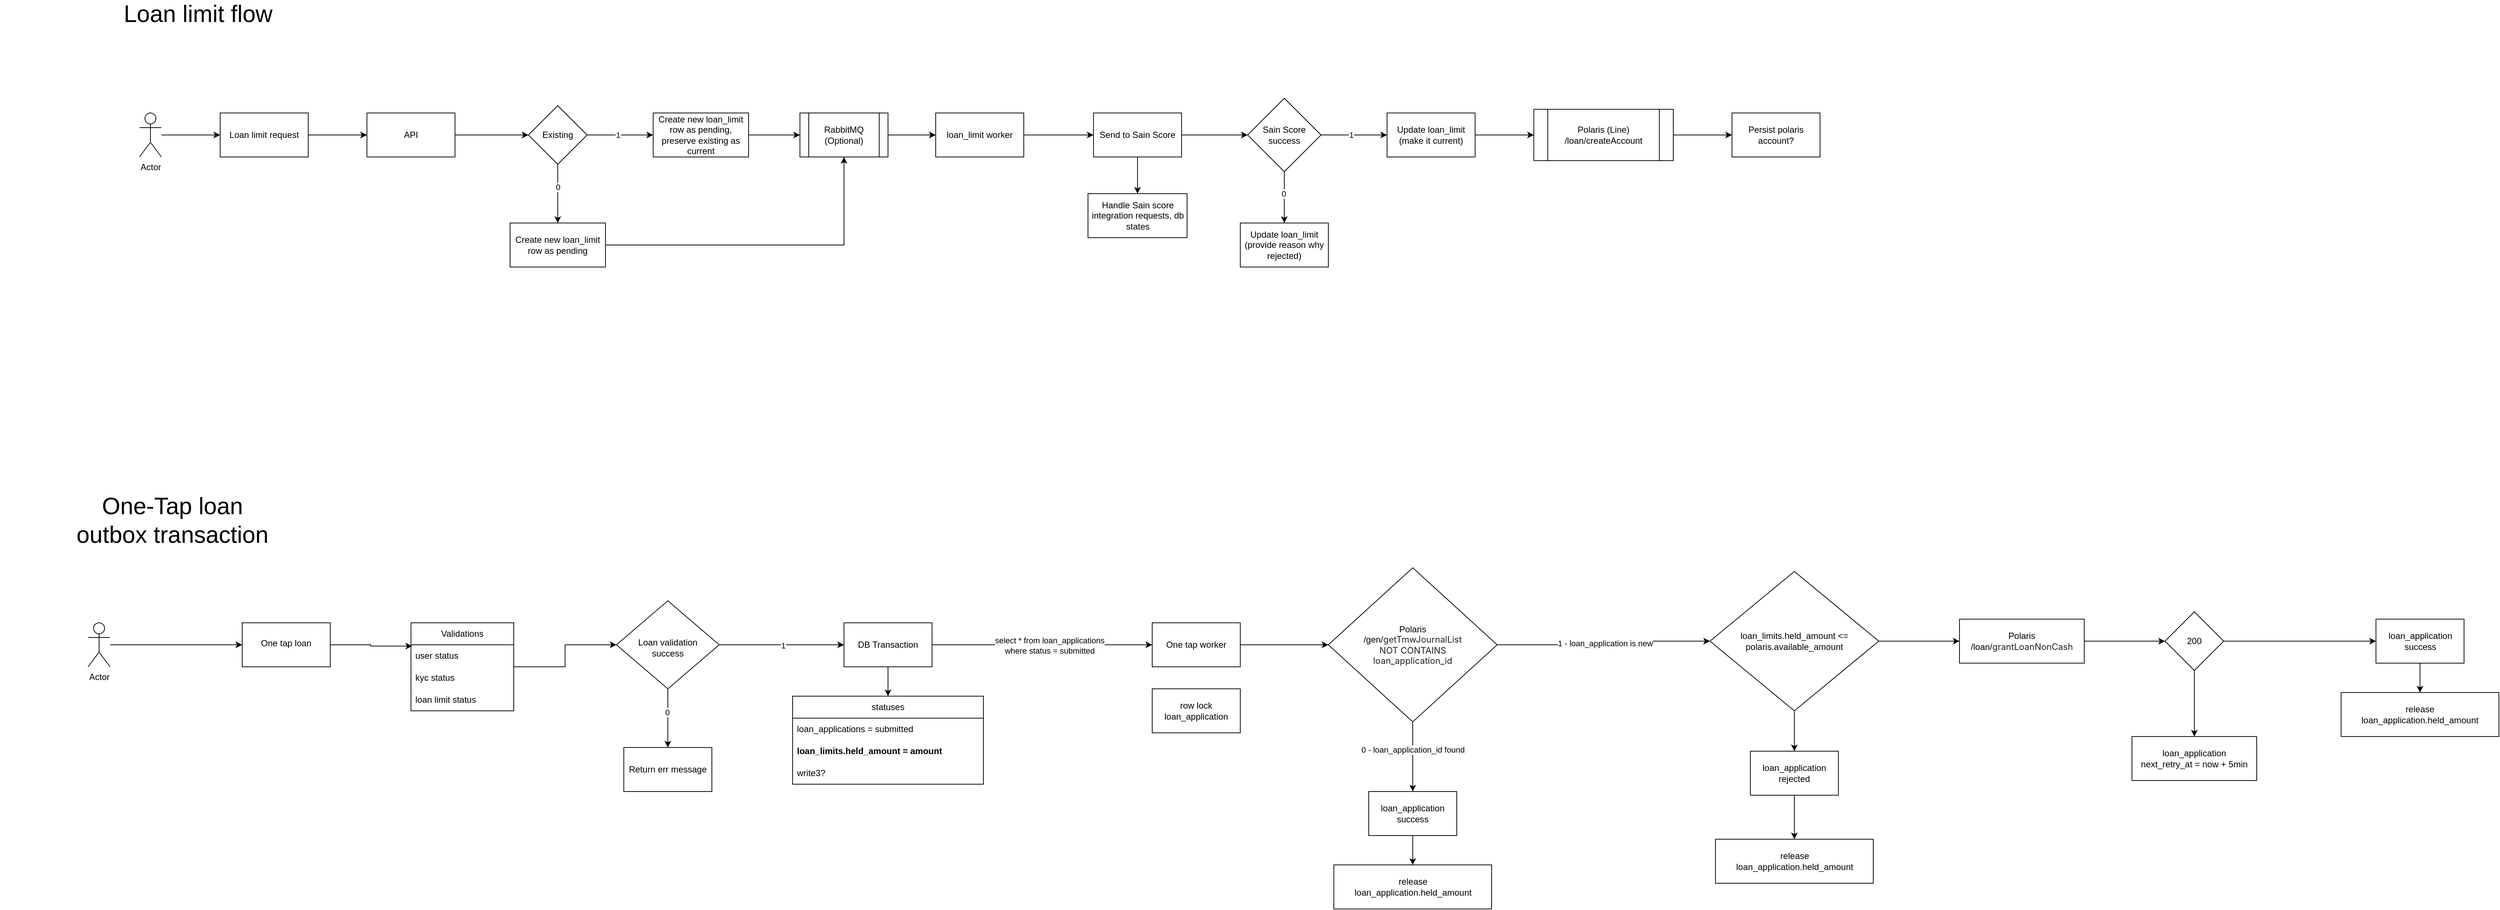
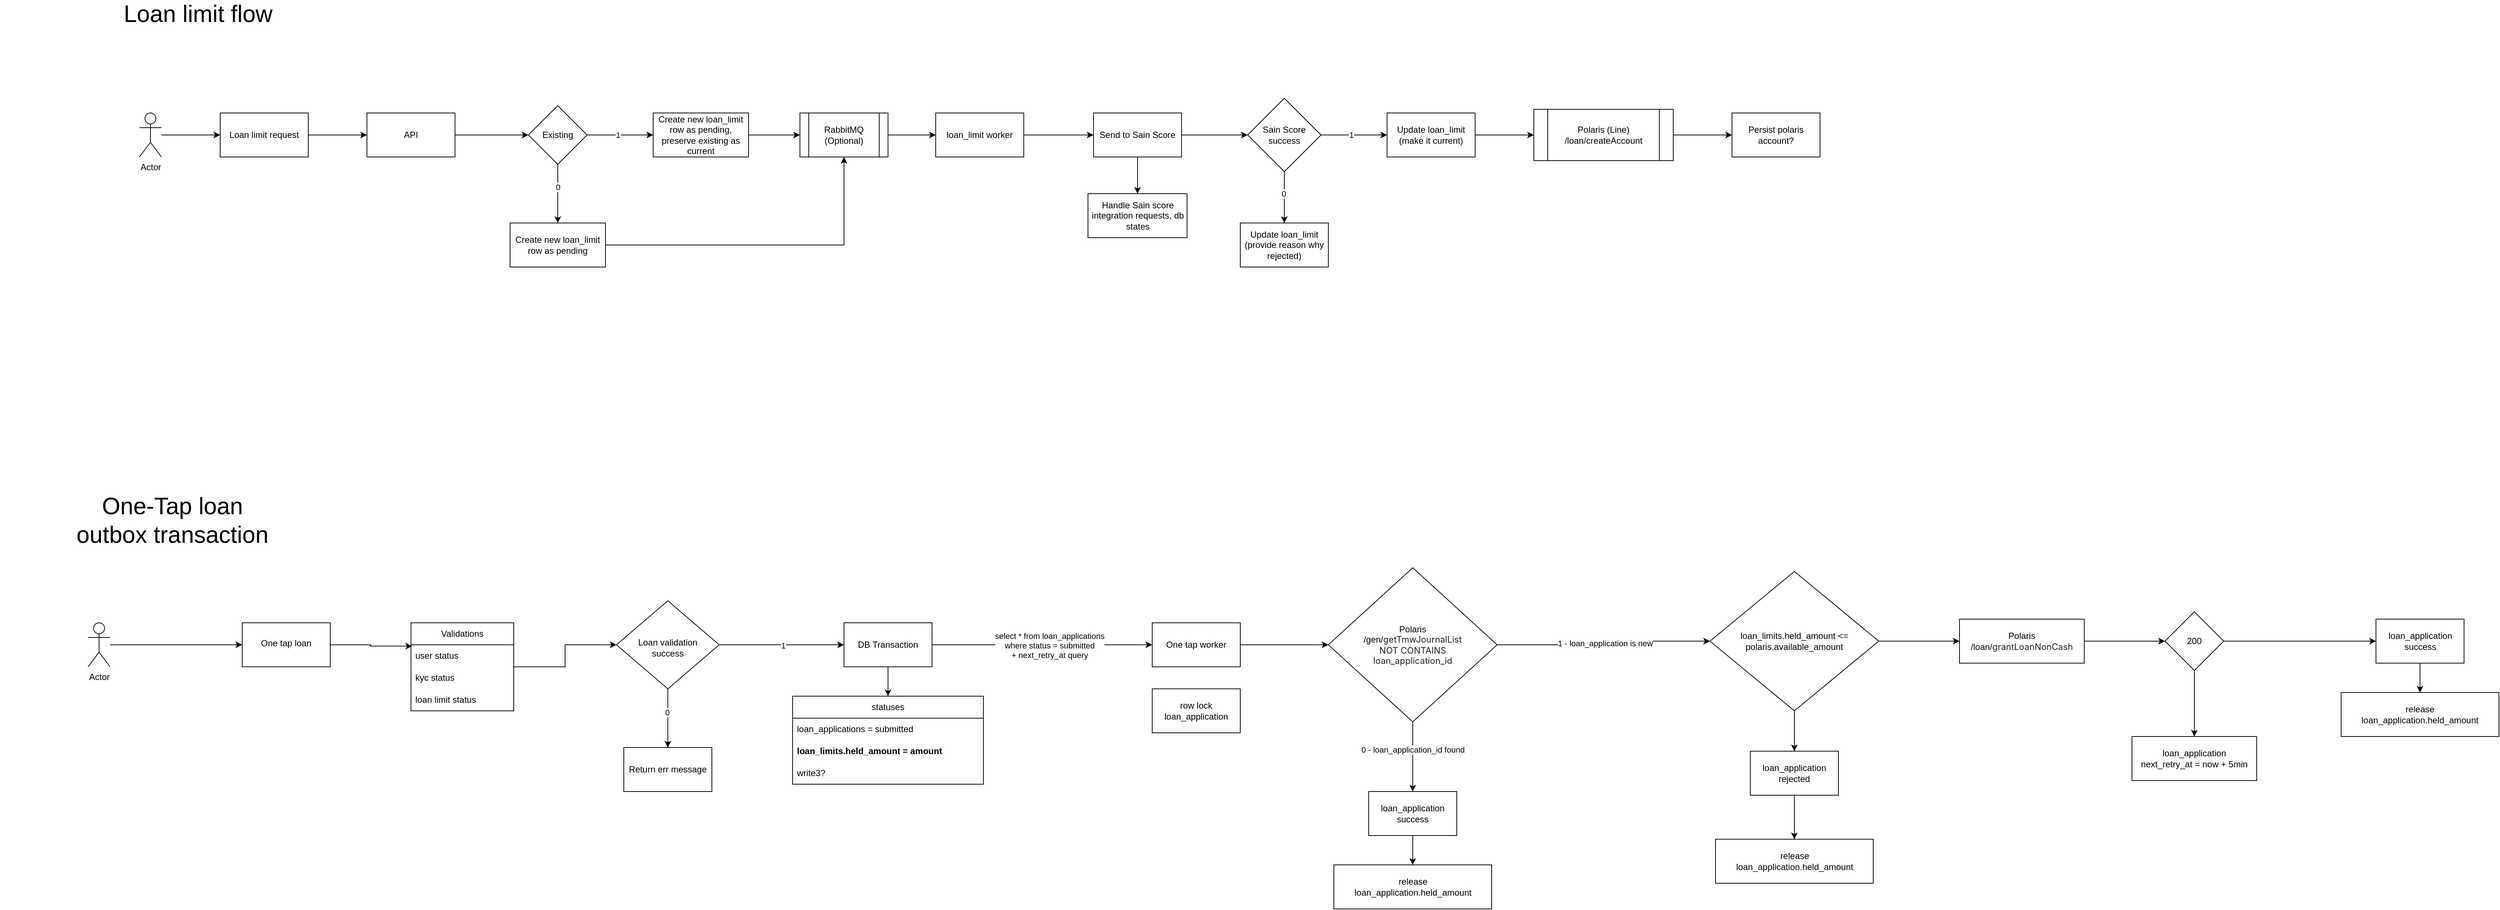
<mxfile host="app.diagrams.net">
  <diagram name="Page-1" id="VCBSuIh8bz7kurrQ0Zaz">
-     <mxGraphModel dx="2910" dy="1205" grid="1" gridSize="10" guides="1" tooltips="1" connect="1" arrows="1" fold="1" page="1" pageScale="1" pageWidth="850" pageHeight="1100" math="0" shadow="0">
+     <mxGraphModel dx="2014" dy="681" grid="1" gridSize="10" guides="1" tooltips="1" connect="1" arrows="1" fold="1" page="1" pageScale="1" pageWidth="850" pageHeight="1100" math="0" shadow="0">
      <root>
        <mxCell id="0" />
        <mxCell id="1" parent="0" />
        <mxCell id="KqixbsF9o6dLofBvsG9t-5" edge="1" parent="1" source="KqixbsF9o6dLofBvsG9t-1" style="edgeStyle=orthogonalEdgeStyle;rounded=0;orthogonalLoop=1;jettySize=auto;html=1;" target="KqixbsF9o6dLofBvsG9t-4" value="">
          <mxGeometry relative="1" as="geometry" />
        </mxCell>
        <mxCell id="KqixbsF9o6dLofBvsG9t-1" parent="1" style="rounded=0;whiteSpace=wrap;html=1;" value="Loan limit request" vertex="1">
          <mxGeometry height="60" width="120" x="150" y="210" as="geometry" />
        </mxCell>
        <mxCell id="KqixbsF9o6dLofBvsG9t-3" edge="1" parent="1" source="KqixbsF9o6dLofBvsG9t-2" style="edgeStyle=orthogonalEdgeStyle;rounded=0;orthogonalLoop=1;jettySize=auto;html=1;" target="KqixbsF9o6dLofBvsG9t-1" value="">
          <mxGeometry relative="1" as="geometry" />
        </mxCell>
        <mxCell id="KqixbsF9o6dLofBvsG9t-2" parent="1" style="shape=umlActor;verticalLabelPosition=bottom;verticalAlign=top;html=1;outlineConnect=0;" value="Actor" vertex="1">
          <mxGeometry height="60" width="30" x="40" y="210" as="geometry" />
        </mxCell>
        <mxCell id="KqixbsF9o6dLofBvsG9t-9" edge="1" parent="1" source="KqixbsF9o6dLofBvsG9t-4" style="edgeStyle=orthogonalEdgeStyle;rounded=0;orthogonalLoop=1;jettySize=auto;html=1;" target="KqixbsF9o6dLofBvsG9t-8" value="">
          <mxGeometry relative="1" as="geometry" />
        </mxCell>
        <mxCell id="KqixbsF9o6dLofBvsG9t-4" parent="1" style="rounded=0;whiteSpace=wrap;html=1;" value="API" vertex="1">
          <mxGeometry height="60" width="120" x="350" y="210" as="geometry" />
        </mxCell>
        <mxCell id="KqixbsF9o6dLofBvsG9t-11" edge="1" parent="1" source="KqixbsF9o6dLofBvsG9t-8" style="edgeStyle=orthogonalEdgeStyle;rounded=0;orthogonalLoop=1;jettySize=auto;html=1;" target="KqixbsF9o6dLofBvsG9t-10" value="">
          <mxGeometry relative="1" as="geometry" />
        </mxCell>
        <mxCell id="KqixbsF9o6dLofBvsG9t-12" connectable="0" parent="KqixbsF9o6dLofBvsG9t-11" style="edgeLabel;html=1;align=center;verticalAlign=middle;resizable=0;points=[];" value="1" vertex="1">
          <mxGeometry relative="1" x="-0.079" as="geometry">
            <mxPoint as="offset" />
          </mxGeometry>
        </mxCell>
        <mxCell id="KqixbsF9o6dLofBvsG9t-14" edge="1" parent="1" source="KqixbsF9o6dLofBvsG9t-8" style="edgeStyle=orthogonalEdgeStyle;rounded=0;orthogonalLoop=1;jettySize=auto;html=1;" target="KqixbsF9o6dLofBvsG9t-13" value="">
          <mxGeometry relative="1" as="geometry" />
        </mxCell>
        <mxCell id="KqixbsF9o6dLofBvsG9t-15" connectable="0" parent="KqixbsF9o6dLofBvsG9t-14" style="edgeLabel;html=1;align=center;verticalAlign=middle;resizable=0;points=[];" value="0" vertex="1">
          <mxGeometry relative="1" x="-0.2407" as="geometry">
            <mxPoint as="offset" />
          </mxGeometry>
        </mxCell>
        <mxCell id="KqixbsF9o6dLofBvsG9t-8" parent="1" style="rhombus;whiteSpace=wrap;html=1;rounded=0;" value="Existing" vertex="1">
          <mxGeometry height="80" width="80" x="570" y="200" as="geometry" />
        </mxCell>
        <mxCell id="KqixbsF9o6dLofBvsG9t-23" edge="1" parent="1" source="KqixbsF9o6dLofBvsG9t-10" style="edgeStyle=orthogonalEdgeStyle;rounded=0;orthogonalLoop=1;jettySize=auto;html=1;" target="KqixbsF9o6dLofBvsG9t-22" value="">
          <mxGeometry relative="1" as="geometry" />
        </mxCell>
        <mxCell id="KqixbsF9o6dLofBvsG9t-10" parent="1" style="whiteSpace=wrap;html=1;rounded=0;" value="Create new loan_limit row as pending, preserve existing as current" vertex="1">
          <mxGeometry height="60" width="130" x="740" y="210" as="geometry" />
        </mxCell>
        <mxCell id="KqixbsF9o6dLofBvsG9t-26" edge="1" parent="1" source="KqixbsF9o6dLofBvsG9t-13" style="edgeStyle=orthogonalEdgeStyle;rounded=0;orthogonalLoop=1;jettySize=auto;html=1;entryX=0.5;entryY=1;entryDx=0;entryDy=0;" target="KqixbsF9o6dLofBvsG9t-22">
          <mxGeometry relative="1" as="geometry" />
        </mxCell>
        <mxCell id="KqixbsF9o6dLofBvsG9t-13" parent="1" style="whiteSpace=wrap;html=1;rounded=0;" value="Create new loan_limit row as pending" vertex="1">
          <mxGeometry height="60" width="130" x="545" y="360" as="geometry" />
        </mxCell>
        <mxCell id="KqixbsF9o6dLofBvsG9t-25" edge="1" parent="1" source="KqixbsF9o6dLofBvsG9t-22" style="edgeStyle=orthogonalEdgeStyle;rounded=0;orthogonalLoop=1;jettySize=auto;html=1;" target="KqixbsF9o6dLofBvsG9t-24" value="">
          <mxGeometry relative="1" as="geometry" />
        </mxCell>
        <mxCell id="KqixbsF9o6dLofBvsG9t-22" parent="1" style="shape=process;whiteSpace=wrap;html=1;backgroundOutline=1;rounded=0;" value="RabbitMQ (Optional)" vertex="1">
          <mxGeometry height="60" width="120" x="940" y="210" as="geometry" />
        </mxCell>
        <mxCell id="KqixbsF9o6dLofBvsG9t-28" edge="1" parent="1" source="KqixbsF9o6dLofBvsG9t-24" style="edgeStyle=orthogonalEdgeStyle;rounded=0;orthogonalLoop=1;jettySize=auto;html=1;" target="KqixbsF9o6dLofBvsG9t-27" value="">
          <mxGeometry relative="1" as="geometry" />
        </mxCell>
        <mxCell id="KqixbsF9o6dLofBvsG9t-24" parent="1" style="whiteSpace=wrap;html=1;rounded=0;" value="loan_limit worker" vertex="1">
          <mxGeometry height="60" width="120" x="1125" y="210" as="geometry" />
        </mxCell>
        <mxCell id="KqixbsF9o6dLofBvsG9t-30" edge="1" parent="1" source="KqixbsF9o6dLofBvsG9t-27" style="edgeStyle=orthogonalEdgeStyle;rounded=0;orthogonalLoop=1;jettySize=auto;html=1;" target="KqixbsF9o6dLofBvsG9t-29" value="">
          <mxGeometry relative="1" as="geometry" />
        </mxCell>
        <mxCell id="KqixbsF9o6dLofBvsG9t-38" edge="1" parent="1" source="KqixbsF9o6dLofBvsG9t-27" style="edgeStyle=orthogonalEdgeStyle;rounded=0;orthogonalLoop=1;jettySize=auto;html=1;" target="KqixbsF9o6dLofBvsG9t-37" value="">
          <mxGeometry relative="1" as="geometry" />
        </mxCell>
        <mxCell id="KqixbsF9o6dLofBvsG9t-27" parent="1" style="whiteSpace=wrap;html=1;rounded=0;" value="Send to Sain Score" vertex="1">
          <mxGeometry height="60" width="120" x="1340" y="210" as="geometry" />
        </mxCell>
        <mxCell id="KqixbsF9o6dLofBvsG9t-32" edge="1" parent="1" source="KqixbsF9o6dLofBvsG9t-29" style="edgeStyle=orthogonalEdgeStyle;rounded=0;orthogonalLoop=1;jettySize=auto;html=1;" target="KqixbsF9o6dLofBvsG9t-31" value="">
          <mxGeometry relative="1" as="geometry" />
        </mxCell>
        <mxCell id="KqixbsF9o6dLofBvsG9t-33" connectable="0" parent="KqixbsF9o6dLofBvsG9t-32" style="edgeLabel;html=1;align=center;verticalAlign=middle;resizable=0;points=[];" value="1" vertex="1">
          <mxGeometry relative="1" x="-0.1048" as="geometry">
            <mxPoint as="offset" />
          </mxGeometry>
        </mxCell>
        <mxCell id="KqixbsF9o6dLofBvsG9t-35" edge="1" parent="1" source="KqixbsF9o6dLofBvsG9t-29" style="edgeStyle=orthogonalEdgeStyle;rounded=0;orthogonalLoop=1;jettySize=auto;html=1;" target="KqixbsF9o6dLofBvsG9t-34" value="">
          <mxGeometry relative="1" as="geometry" />
        </mxCell>
        <mxCell id="KqixbsF9o6dLofBvsG9t-36" connectable="0" parent="KqixbsF9o6dLofBvsG9t-35" style="edgeLabel;html=1;align=center;verticalAlign=middle;resizable=0;points=[];" value="0" vertex="1">
          <mxGeometry relative="1" x="-0.1429" y="-1" as="geometry">
            <mxPoint as="offset" />
          </mxGeometry>
        </mxCell>
        <mxCell id="KqixbsF9o6dLofBvsG9t-29" parent="1" style="rhombus;whiteSpace=wrap;html=1;rounded=0;" value="Sain Score success" vertex="1">
          <mxGeometry height="100" width="100" x="1550" y="190" as="geometry" />
        </mxCell>
        <mxCell id="KqixbsF9o6dLofBvsG9t-66" edge="1" parent="1" source="KqixbsF9o6dLofBvsG9t-31" style="edgeStyle=orthogonalEdgeStyle;rounded=0;orthogonalLoop=1;jettySize=auto;html=1;" target="KqixbsF9o6dLofBvsG9t-65" value="">
          <mxGeometry relative="1" as="geometry" />
        </mxCell>
        <mxCell id="KqixbsF9o6dLofBvsG9t-31" parent="1" style="whiteSpace=wrap;html=1;rounded=0;" value="Update loan_limit (make it current)" vertex="1">
          <mxGeometry height="60" width="120" x="1740" y="210" as="geometry" />
        </mxCell>
        <mxCell id="KqixbsF9o6dLofBvsG9t-34" parent="1" style="whiteSpace=wrap;html=1;rounded=0;" value="Update loan_limit&lt;br&gt;(provide reason why rejected)" vertex="1">
          <mxGeometry height="60" width="120" x="1540" y="360" as="geometry" />
        </mxCell>
        <mxCell id="KqixbsF9o6dLofBvsG9t-37" parent="1" style="whiteSpace=wrap;html=1;rounded=0;" value="Handle Sain score integration requests, db states" vertex="1">
          <mxGeometry height="60" width="135" x="1332.5" y="320" as="geometry" />
        </mxCell>
        <mxCell id="KqixbsF9o6dLofBvsG9t-40" parent="1" style="text;html=1;whiteSpace=wrap;strokeColor=none;fillColor=none;align=center;verticalAlign=middle;rounded=0;fontSize=32;" value="Loan limit flow" vertex="1">
          <mxGeometry height="30" width="260" x="-10" y="60" as="geometry" />
        </mxCell>
        <mxCell id="KqixbsF9o6dLofBvsG9t-74" edge="1" parent="1" source="KqixbsF9o6dLofBvsG9t-65" style="edgeStyle=orthogonalEdgeStyle;rounded=0;orthogonalLoop=1;jettySize=auto;html=1;" target="KqixbsF9o6dLofBvsG9t-73" value="">
          <mxGeometry relative="1" as="geometry" />
        </mxCell>
        <mxCell id="KqixbsF9o6dLofBvsG9t-65" parent="1" style="shape=process;whiteSpace=wrap;html=1;backgroundOutline=1;rounded=0;" value="Polaris (Line)&lt;br&gt;/loan/createAccount" vertex="1">
          <mxGeometry height="70" width="190" x="1940" y="205" as="geometry" />
        </mxCell>
        <mxCell id="KqixbsF9o6dLofBvsG9t-73" parent="1" style="whiteSpace=wrap;html=1;rounded=0;" value="Persist polaris account?" vertex="1">
          <mxGeometry height="60" width="120" x="2210" y="210" as="geometry" />
        </mxCell>
        <mxCell id="U8Ajh8Gpa-m2DNKNFQys-1" parent="1" style="text;html=1;whiteSpace=wrap;strokeColor=none;fillColor=none;align=center;verticalAlign=middle;rounded=0;fontSize=32;" value="One-Tap loan&lt;br&gt;outbox transaction" vertex="1">
          <mxGeometry height="30" width="470" x="-150" y="750" as="geometry" />
        </mxCell>
        <mxCell id="In8fDh9ZLN2M87an2Miy-1" edge="1" parent="1" source="In8fDh9ZLN2M87an2Miy-2" style="edgeStyle=orthogonalEdgeStyle;rounded=0;orthogonalLoop=1;jettySize=auto;html=1;" target="In8fDh9ZLN2M87an2Miy-4" value="">
          <mxGeometry relative="1" as="geometry" />
        </mxCell>
        <mxCell id="In8fDh9ZLN2M87an2Miy-2" parent="1" style="shape=umlActor;verticalLabelPosition=bottom;verticalAlign=top;html=1;outlineConnect=0;" value="Actor" vertex="1">
          <mxGeometry height="60" width="30" x="-30" y="905" as="geometry" />
        </mxCell>
        <mxCell id="In8fDh9ZLN2M87an2Miy-3" edge="1" parent="1" source="In8fDh9ZLN2M87an2Miy-4" style="edgeStyle=orthogonalEdgeStyle;rounded=0;orthogonalLoop=1;jettySize=auto;html=1;entryX=0.011;entryY=0.06;entryDx=0;entryDy=0;entryPerimeter=0;" target="In8fDh9ZLN2M87an2Miy-28" value="">
          <mxGeometry relative="1" as="geometry">
            <mxPoint x="390" y="935" as="targetPoint" />
          </mxGeometry>
        </mxCell>
        <mxCell id="In8fDh9ZLN2M87an2Miy-4" parent="1" style="whiteSpace=wrap;html=1;verticalAlign=top;" value="&lt;div&gt;&lt;br&gt;&lt;/div&gt;&lt;div&gt;One tap loan&lt;/div&gt;" vertex="1">
          <mxGeometry height="60" width="120" x="180" y="905" as="geometry" />
        </mxCell>
        <mxCell id="In8fDh9ZLN2M87an2Miy-5" edge="1" parent="1" source="In8fDh9ZLN2M87an2Miy-9" style="edgeStyle=orthogonalEdgeStyle;rounded=0;orthogonalLoop=1;jettySize=auto;html=1;" target="In8fDh9ZLN2M87an2Miy-12" value="">
          <mxGeometry relative="1" as="geometry" />
        </mxCell>
        <mxCell id="In8fDh9ZLN2M87an2Miy-6" connectable="0" parent="In8fDh9ZLN2M87an2Miy-5" style="edgeLabel;html=1;align=center;verticalAlign=middle;resizable=0;points=[];" value="1" vertex="1">
          <mxGeometry relative="1" x="0.0162" y="-1" as="geometry">
            <mxPoint as="offset" />
          </mxGeometry>
        </mxCell>
        <mxCell id="In8fDh9ZLN2M87an2Miy-7" edge="1" parent="1" source="In8fDh9ZLN2M87an2Miy-9" style="edgeStyle=orthogonalEdgeStyle;rounded=0;orthogonalLoop=1;jettySize=auto;html=1;" target="In8fDh9ZLN2M87an2Miy-13" value="">
          <mxGeometry relative="1" as="geometry" />
        </mxCell>
        <mxCell id="In8fDh9ZLN2M87an2Miy-8" connectable="0" parent="In8fDh9ZLN2M87an2Miy-7" style="edgeLabel;html=1;align=center;verticalAlign=middle;resizable=0;points=[];" value="0" vertex="1">
          <mxGeometry relative="1" x="-0.2091" y="-1" as="geometry">
            <mxPoint as="offset" />
          </mxGeometry>
        </mxCell>
        <mxCell id="In8fDh9ZLN2M87an2Miy-9" parent="1" style="rhombus;whiteSpace=wrap;html=1;verticalAlign=top;" value="&lt;br&gt;&lt;br&gt;&lt;div&gt;&lt;br&gt;&lt;/div&gt;&lt;div&gt;Loan validation&lt;br&gt;success&lt;/div&gt;" vertex="1">
          <mxGeometry height="120" width="140" x="690" y="875" as="geometry" />
        </mxCell>
        <mxCell id="In8fDh9ZLN2M87an2Miy-10" edge="1" parent="1" source="In8fDh9ZLN2M87an2Miy-12" style="edgeStyle=orthogonalEdgeStyle;rounded=0;orthogonalLoop=1;jettySize=auto;html=1;entryX=0.5;entryY=0;entryDx=0;entryDy=0;" target="In8fDh9ZLN2M87an2Miy-14">
          <mxGeometry relative="1" as="geometry" />
        </mxCell>
        <mxCell id="In8fDh9ZLN2M87an2Miy-54" edge="1" parent="1" source="In8fDh9ZLN2M87an2Miy-12" style="edgeStyle=orthogonalEdgeStyle;rounded=0;orthogonalLoop=1;jettySize=auto;html=1;" target="In8fDh9ZLN2M87an2Miy-53" value="">
          <mxGeometry relative="1" as="geometry" />
        </mxCell>
-         <mxCell id="In8fDh9ZLN2M87an2Miy-55" connectable="0" parent="In8fDh9ZLN2M87an2Miy-54" style="edgeLabel;html=1;align=center;verticalAlign=middle;resizable=0;points=[];" value="select * from loan_applications&lt;br&gt;where status = submitted" vertex="1">
+         <mxCell id="In8fDh9ZLN2M87an2Miy-55" connectable="0" parent="In8fDh9ZLN2M87an2Miy-54" style="edgeLabel;html=1;align=center;verticalAlign=middle;resizable=0;points=[];" value="select * from loan_applications&lt;br&gt;where status = submitted&lt;br&gt;+ next_retry_at query" vertex="1">
          <mxGeometry relative="1" x="0.0637" y="-1" as="geometry">
            <mxPoint as="offset" />
          </mxGeometry>
        </mxCell>
        <mxCell id="In8fDh9ZLN2M87an2Miy-12" parent="1" style="whiteSpace=wrap;html=1;verticalAlign=middle;" value="DB Transaction" vertex="1">
          <mxGeometry height="60" width="120" x="1000" y="905" as="geometry" />
        </mxCell>
        <mxCell id="In8fDh9ZLN2M87an2Miy-13" parent="1" style="whiteSpace=wrap;html=1;verticalAlign=middle;" value="Return err message" vertex="1">
          <mxGeometry height="60" width="120" x="700" y="1075" as="geometry" />
        </mxCell>
        <mxCell id="In8fDh9ZLN2M87an2Miy-14" parent="1" style="swimlane;fontStyle=0;childLayout=stackLayout;horizontal=1;startSize=30;horizontalStack=0;resizeParent=1;resizeParentMax=0;resizeLast=0;collapsible=1;marginBottom=0;whiteSpace=wrap;html=1;" value="statuses" vertex="1">
          <mxGeometry height="120" width="260" x="930" y="1005" as="geometry" />
        </mxCell>
        <mxCell id="In8fDh9ZLN2M87an2Miy-15" parent="In8fDh9ZLN2M87an2Miy-14" style="text;strokeColor=none;fillColor=none;align=left;verticalAlign=middle;spacingLeft=4;spacingRight=4;overflow=hidden;points=[[0,0.5],[1,0.5]];portConstraint=eastwest;rotatable=0;whiteSpace=wrap;html=1;" value="loan_applications = submitted" vertex="1">
          <mxGeometry height="30" width="260" y="30" as="geometry" />
        </mxCell>
        <mxCell id="In8fDh9ZLN2M87an2Miy-16" parent="In8fDh9ZLN2M87an2Miy-14" style="text;strokeColor=none;fillColor=none;align=left;verticalAlign=middle;spacingLeft=4;spacingRight=4;overflow=hidden;points=[[0,0.5],[1,0.5]];portConstraint=eastwest;rotatable=0;whiteSpace=wrap;html=1;fontStyle=1" value="loan_limits.held_amount = amount" vertex="1">
          <mxGeometry height="30" width="260" y="60" as="geometry" />
        </mxCell>
        <mxCell id="In8fDh9ZLN2M87an2Miy-17" parent="In8fDh9ZLN2M87an2Miy-14" style="text;strokeColor=none;fillColor=none;align=left;verticalAlign=middle;spacingLeft=4;spacingRight=4;overflow=hidden;points=[[0,0.5],[1,0.5]];portConstraint=eastwest;rotatable=0;whiteSpace=wrap;html=1;" value="write3?" vertex="1">
          <mxGeometry height="30" width="260" y="90" as="geometry" />
        </mxCell>
        <mxCell id="In8fDh9ZLN2M87an2Miy-32" edge="1" parent="1" source="In8fDh9ZLN2M87an2Miy-27" style="edgeStyle=orthogonalEdgeStyle;rounded=0;orthogonalLoop=1;jettySize=auto;html=1;entryX=0;entryY=0.5;entryDx=0;entryDy=0;" target="In8fDh9ZLN2M87an2Miy-9">
          <mxGeometry relative="1" as="geometry" />
        </mxCell>
        <mxCell id="In8fDh9ZLN2M87an2Miy-27" parent="1" style="swimlane;fontStyle=0;childLayout=stackLayout;horizontal=1;startSize=30;horizontalStack=0;resizeParent=1;resizeParentMax=0;resizeLast=0;collapsible=1;marginBottom=0;whiteSpace=wrap;html=1;" value="Validations" vertex="1">
          <mxGeometry height="120" width="140" x="410" y="905" as="geometry" />
        </mxCell>
        <mxCell id="In8fDh9ZLN2M87an2Miy-28" parent="In8fDh9ZLN2M87an2Miy-27" style="text;strokeColor=none;fillColor=none;align=left;verticalAlign=middle;spacingLeft=4;spacingRight=4;overflow=hidden;points=[[0,0.5],[1,0.5]];portConstraint=eastwest;rotatable=0;whiteSpace=wrap;html=1;" value="user status" vertex="1">
          <mxGeometry height="30" width="140" y="30" as="geometry" />
        </mxCell>
        <mxCell id="In8fDh9ZLN2M87an2Miy-29" parent="In8fDh9ZLN2M87an2Miy-27" style="text;strokeColor=none;fillColor=none;align=left;verticalAlign=middle;spacingLeft=4;spacingRight=4;overflow=hidden;points=[[0,0.5],[1,0.5]];portConstraint=eastwest;rotatable=0;whiteSpace=wrap;html=1;" value="kyc status" vertex="1">
          <mxGeometry height="30" width="140" y="60" as="geometry" />
        </mxCell>
        <mxCell id="In8fDh9ZLN2M87an2Miy-33" parent="In8fDh9ZLN2M87an2Miy-27" style="text;strokeColor=none;fillColor=none;align=left;verticalAlign=middle;spacingLeft=4;spacingRight=4;overflow=hidden;points=[[0,0.5],[1,0.5]];portConstraint=eastwest;rotatable=0;whiteSpace=wrap;html=1;" value="loan limit status" vertex="1">
          <mxGeometry height="30" width="140" y="90" as="geometry" />
        </mxCell>
        <mxCell id="In8fDh9ZLN2M87an2Miy-70" edge="1" parent="1" source="In8fDh9ZLN2M87an2Miy-53" style="edgeStyle=orthogonalEdgeStyle;rounded=0;orthogonalLoop=1;jettySize=auto;html=1;entryX=0;entryY=0.5;entryDx=0;entryDy=0;" target="In8fDh9ZLN2M87an2Miy-69">
          <mxGeometry relative="1" as="geometry" />
        </mxCell>
        <mxCell id="In8fDh9ZLN2M87an2Miy-53" parent="1" style="whiteSpace=wrap;html=1;" value="One tap worker" vertex="1">
          <mxGeometry height="60" width="120" x="1420" y="905" as="geometry" />
        </mxCell>
        <mxCell id="In8fDh9ZLN2M87an2Miy-67" edge="1" parent="1" source="In8fDh9ZLN2M87an2Miy-58" style="edgeStyle=orthogonalEdgeStyle;rounded=0;orthogonalLoop=1;jettySize=auto;html=1;entryX=0;entryY=0.5;entryDx=0;entryDy=0;" target="In8fDh9ZLN2M87an2Miy-66" value="">
          <mxGeometry relative="1" as="geometry">
            <mxPoint x="2815" y="930" as="targetPoint" />
          </mxGeometry>
        </mxCell>
        <mxCell id="In8fDh9ZLN2M87an2Miy-58" parent="1" style="whiteSpace=wrap;html=1;" value="Polaris /loan/&lt;span style=&quot;color: rgb(33, 33, 33); font-family: Inter, system-ui, -apple-system, &amp;quot;system-ui&amp;quot;, &amp;quot;Segoe UI&amp;quot;, Roboto, Oxygen, Ubuntu, Cantarell, &amp;quot;Fira Sans&amp;quot;, &amp;quot;Droid Sans&amp;quot;, Helvetica, Arial, sans-serif; text-align: left; white-space: pre-wrap; background-color: rgb(255, 255, 255);&quot;&gt;grantLoanNonCash&lt;/span&gt;" vertex="1">
          <mxGeometry height="60" width="170" x="2520" y="900" as="geometry" />
        </mxCell>
        <mxCell id="In8fDh9ZLN2M87an2Miy-62" edge="1" parent="1" source="In8fDh9ZLN2M87an2Miy-59" style="edgeStyle=orthogonalEdgeStyle;rounded=0;orthogonalLoop=1;jettySize=auto;html=1;" target="In8fDh9ZLN2M87an2Miy-61" value="">
          <mxGeometry relative="1" as="geometry" />
        </mxCell>
        <mxCell id="In8fDh9ZLN2M87an2Miy-65" edge="1" parent="1" source="In8fDh9ZLN2M87an2Miy-59" style="edgeStyle=orthogonalEdgeStyle;rounded=0;orthogonalLoop=1;jettySize=auto;html=1;" target="In8fDh9ZLN2M87an2Miy-58">
          <mxGeometry relative="1" as="geometry" />
        </mxCell>
        <mxCell id="In8fDh9ZLN2M87an2Miy-59" parent="1" style="rhombus;whiteSpace=wrap;html=1;" value="loan_limits.held_amount &amp;lt;= polaris.available_amount" vertex="1">
          <mxGeometry height="190" width="230" x="2180" y="835" as="geometry" />
        </mxCell>
        <mxCell id="In8fDh9ZLN2M87an2Miy-64" edge="1" parent="1" source="In8fDh9ZLN2M87an2Miy-61" style="edgeStyle=orthogonalEdgeStyle;rounded=0;orthogonalLoop=1;jettySize=auto;html=1;" target="In8fDh9ZLN2M87an2Miy-63" value="">
          <mxGeometry relative="1" as="geometry" />
        </mxCell>
        <mxCell id="In8fDh9ZLN2M87an2Miy-61" parent="1" style="whiteSpace=wrap;html=1;" value="loan_application&lt;br&gt;rejected" vertex="1">
          <mxGeometry height="60" width="120" x="2235" y="1080" as="geometry" />
        </mxCell>
        <mxCell id="In8fDh9ZLN2M87an2Miy-63" parent="1" style="whiteSpace=wrap;html=1;" value="release &lt;br&gt;loan_application.held_amount" vertex="1">
          <mxGeometry height="60" width="215" x="2187.5" y="1200" as="geometry" />
        </mxCell>
        <mxCell id="In8fDh9ZLN2M87an2Miy-81" edge="1" parent="1" source="In8fDh9ZLN2M87an2Miy-66" style="edgeStyle=orthogonalEdgeStyle;rounded=0;orthogonalLoop=1;jettySize=auto;html=1;entryX=0;entryY=0.5;entryDx=0;entryDy=0;" target="In8fDh9ZLN2M87an2Miy-79">
          <mxGeometry relative="1" as="geometry" />
        </mxCell>
        <mxCell id="In8fDh9ZLN2M87an2Miy-83" edge="1" parent="1" source="In8fDh9ZLN2M87an2Miy-66" style="edgeStyle=orthogonalEdgeStyle;rounded=0;orthogonalLoop=1;jettySize=auto;html=1;" target="In8fDh9ZLN2M87an2Miy-82" value="">
          <mxGeometry relative="1" as="geometry" />
        </mxCell>
        <mxCell id="In8fDh9ZLN2M87an2Miy-66" parent="1" style="rhombus;whiteSpace=wrap;html=1;" value="200" vertex="1">
          <mxGeometry height="80" width="80" x="2800" y="890" as="geometry" />
        </mxCell>
        <mxCell id="In8fDh9ZLN2M87an2Miy-68" parent="1" style="whiteSpace=wrap;html=1;" value="row lock&lt;br&gt;loan_application" vertex="1">
          <mxGeometry height="60" width="120" x="1420" y="995" as="geometry" />
        </mxCell>
        <mxCell id="In8fDh9ZLN2M87an2Miy-71" edge="1" parent="1" source="In8fDh9ZLN2M87an2Miy-69" style="edgeStyle=orthogonalEdgeStyle;rounded=0;orthogonalLoop=1;jettySize=auto;html=1;entryX=0;entryY=0.5;entryDx=0;entryDy=0;" target="In8fDh9ZLN2M87an2Miy-59">
          <mxGeometry relative="1" as="geometry" />
        </mxCell>
        <mxCell id="In8fDh9ZLN2M87an2Miy-77" connectable="0" parent="In8fDh9ZLN2M87an2Miy-71" style="edgeLabel;html=1;align=center;verticalAlign=middle;resizable=0;points=[];" value="1 - loan_application is new" vertex="1">
          <mxGeometry relative="1" x="0.0312" y="-3" as="geometry">
            <mxPoint as="offset" />
          </mxGeometry>
        </mxCell>
        <mxCell id="In8fDh9ZLN2M87an2Miy-73" edge="1" parent="1" source="In8fDh9ZLN2M87an2Miy-69" style="edgeStyle=orthogonalEdgeStyle;rounded=0;orthogonalLoop=1;jettySize=auto;html=1;" target="In8fDh9ZLN2M87an2Miy-72" value="">
          <mxGeometry relative="1" as="geometry" />
        </mxCell>
        <mxCell id="In8fDh9ZLN2M87an2Miy-74" connectable="0" parent="In8fDh9ZLN2M87an2Miy-73" style="edgeLabel;html=1;align=center;verticalAlign=middle;resizable=0;points=[];" value="0 - loan_application_id found" vertex="1">
          <mxGeometry relative="1" x="-0.1975" as="geometry">
            <mxPoint as="offset" />
          </mxGeometry>
        </mxCell>
        <mxCell id="In8fDh9ZLN2M87an2Miy-69" parent="1" style="rhombus;whiteSpace=wrap;html=1;" value="Polaris&lt;br&gt;/gen/&lt;span style=&quot;white-space: pre-wrap; color: rgb(33, 33, 33); font-family: Inter, system-ui, -apple-system, &amp;quot;system-ui&amp;quot;, &amp;quot;Segoe UI&amp;quot;, Roboto, Oxygen, Ubuntu, Cantarell, &amp;quot;Fira Sans&amp;quot;, &amp;quot;Droid Sans&amp;quot;, Helvetica, Arial, sans-serif; text-align: left; background-color: rgb(255, 255, 255);&quot;&gt;getTmwJournalList&lt;br&gt;NOT CONTAINS&lt;br&gt;loan_application_id&lt;/span&gt;" vertex="1">
          <mxGeometry height="210" width="230" x="1660" y="830" as="geometry" />
        </mxCell>
        <mxCell id="In8fDh9ZLN2M87an2Miy-76" edge="1" parent="1" source="In8fDh9ZLN2M87an2Miy-72" style="edgeStyle=orthogonalEdgeStyle;rounded=0;orthogonalLoop=1;jettySize=auto;html=1;" target="In8fDh9ZLN2M87an2Miy-75" value="">
          <mxGeometry relative="1" as="geometry" />
        </mxCell>
        <mxCell id="In8fDh9ZLN2M87an2Miy-72" parent="1" style="whiteSpace=wrap;html=1;" value="loan_application&lt;br&gt;success" vertex="1">
          <mxGeometry height="60" width="120" x="1715" y="1135" as="geometry" />
        </mxCell>
        <mxCell id="In8fDh9ZLN2M87an2Miy-75" parent="1" style="whiteSpace=wrap;html=1;" value="release &lt;br&gt;loan_application.held_amount" vertex="1">
          <mxGeometry height="60" width="215" x="1667.5" y="1235" as="geometry" />
        </mxCell>
        <mxCell id="In8fDh9ZLN2M87an2Miy-78" edge="1" parent="1" source="In8fDh9ZLN2M87an2Miy-79" style="edgeStyle=orthogonalEdgeStyle;rounded=0;orthogonalLoop=1;jettySize=auto;html=1;" target="In8fDh9ZLN2M87an2Miy-80" value="">
          <mxGeometry relative="1" as="geometry" />
        </mxCell>
        <mxCell id="In8fDh9ZLN2M87an2Miy-79" parent="1" style="whiteSpace=wrap;html=1;" value="loan_application&lt;br&gt;success" vertex="1">
          <mxGeometry height="60" width="120" x="3087.5" y="900" as="geometry" />
        </mxCell>
        <mxCell id="In8fDh9ZLN2M87an2Miy-80" parent="1" style="whiteSpace=wrap;html=1;" value="release &lt;br&gt;loan_application.held_amount" vertex="1">
          <mxGeometry height="60" width="215" x="3040" y="1000" as="geometry" />
        </mxCell>
        <mxCell id="In8fDh9ZLN2M87an2Miy-82" parent="1" style="whiteSpace=wrap;html=1;" value="loan_application&lt;br&gt;next_retry_at = now + 5min" vertex="1">
          <mxGeometry height="60" width="170" x="2755" y="1060" as="geometry" />
        </mxCell>
      </root>
    </mxGraphModel>
  </diagram>
</mxfile>
